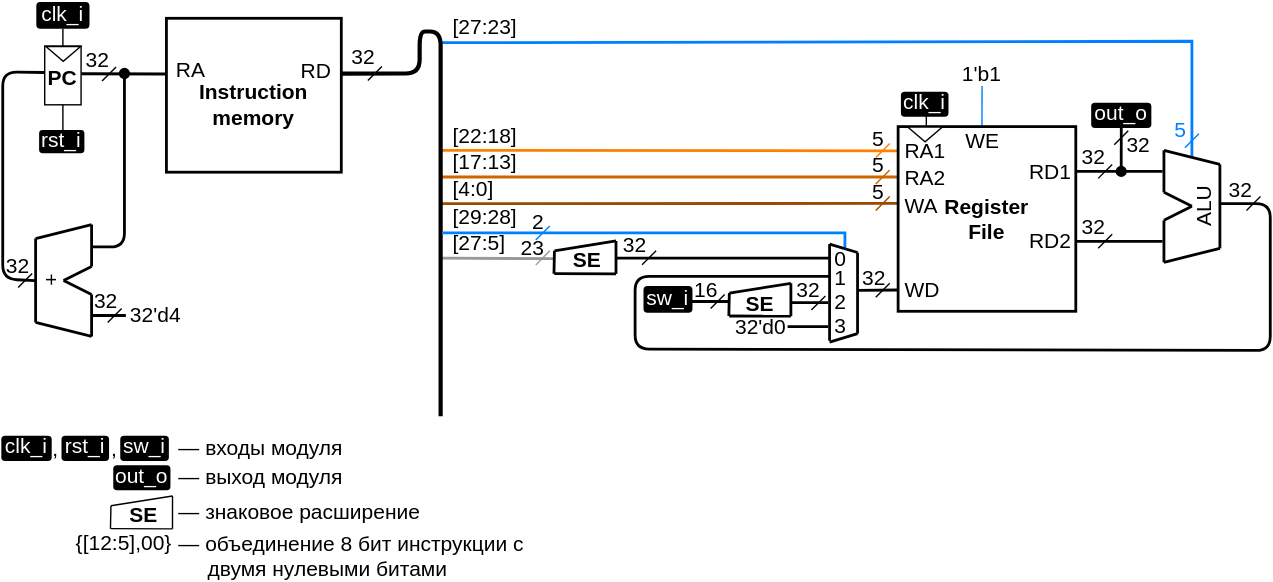
The draw.io diagram .pic/Labs/lab_04_cybercobra/ppd_3.drawio.svg in MPSU/APS, before a commit. Source tidied: cells renumbered, new cells last; positions are measured from the earlier drawing's top-left corner, leaving out a move shared by most shapes.
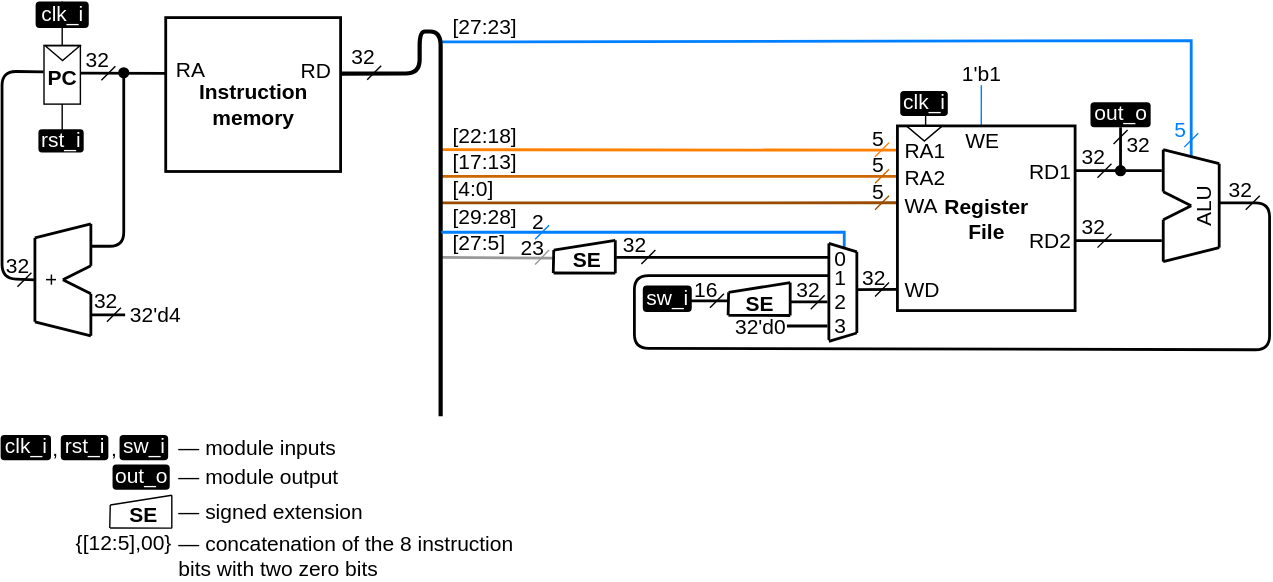
Later version of the same file.

What changed in the source:
```diff
@@ -309,13 +309,13 @@
     <mxCell id="66" value="&lt;font style=&quot;font-size: 15px;&quot;&gt;,&lt;/font&gt;" style="text;html=1;strokeColor=none;fillColor=none;align=center;verticalAlign=middle;whiteSpace=wrap;rounded=0;spacing=0;fontSize=15;spacingTop=0;spacingBottom=0;" parent="1" vertex="1">
       <mxGeometry x="75" y="310" width="12" height="18" as="geometry" />
     </mxCell>
-    <mxCell id="67" value="— входы модуля" style="text;html=1;strokeColor=none;fillColor=none;align=left;verticalAlign=middle;whiteSpace=wrap;rounded=0;spacing=0;fontSize=15;" parent="1" vertex="1">
+    <mxCell id="67" value="— module inputs" style="text;html=1;strokeColor=none;fillColor=none;align=left;verticalAlign=middle;whiteSpace=wrap;rounded=0;spacing=0;fontSize=15;" parent="1" vertex="1">
       <mxGeometry x="126.5" y="309" width="126.5" height="18" as="geometry" />
     </mxCell>
     <mxCell id="68" value="&lt;font color=&quot;#ffffff&quot; style=&quot;font-size: 15px;&quot;&gt;out_o&lt;/font&gt;" style="text;html=1;strokeColor=none;fillColor=#000000;align=center;verticalAlign=middle;whiteSpace=wrap;rounded=1;fontSize=15;fontColor=#000000;comic=0;jiggle=0.5;spacingTop=0;spacingBottom=4;" parent="1" vertex="1">
       <mxGeometry x="80" y="331" width="40.9" height="18" as="geometry" />
     </mxCell>
-    <mxCell id="69" value="— выход модуля" style="text;html=1;strokeColor=none;fillColor=none;align=left;verticalAlign=middle;whiteSpace=wrap;rounded=0;spacing=0;fontSize=15;" parent="1" vertex="1">
+    <mxCell id="69" value="— module output" style="text;html=1;strokeColor=none;fillColor=none;align=left;verticalAlign=middle;whiteSpace=wrap;rounded=0;spacing=0;fontSize=15;" parent="1" vertex="1">
       <mxGeometry x="126.5" y="330" width="156.5" height="18" as="geometry" />
     </mxCell>
     <mxCell id="70" style="group;fontSize=15;" parent="1" vertex="1">
@@ -348,13 +348,13 @@
     <mxCell id="75" value="&lt;font style=&quot;font-size: 15px;&quot;&gt;&lt;b style=&quot;font-size: 15px;&quot;&gt;SE&lt;/b&gt;&lt;/font&gt;" style="text;html=1;strokeColor=none;fillColor=none;align=center;verticalAlign=bottom;whiteSpace=wrap;rounded=0;fontSize=15;fontColor=#000000;comic=0;jiggle=0.5;" parent="70" vertex="1">
       <mxGeometry y="1.8" width="48" height="23.5" as="geometry" />
     </mxCell>
-    <mxCell id="76" value="— знаковое расширение" style="text;html=1;strokeColor=none;fillColor=none;align=left;verticalAlign=middle;whiteSpace=wrap;rounded=0;spacing=0;fontSize=15;" parent="1" vertex="1">
+    <mxCell id="76" value="— signed extension" style="text;html=1;strokeColor=none;fillColor=none;align=left;verticalAlign=middle;whiteSpace=wrap;rounded=0;spacing=0;fontSize=15;" parent="1" vertex="1">
       <mxGeometry x="126.5" y="355" width="226.5" height="18" as="geometry" />
     </mxCell>
     <mxCell id="77" value="&lt;font style=&quot;font-size: 15px;&quot;&gt;{[12:5],00}&lt;/font&gt;" style="text;html=1;strokeColor=none;fillColor=none;align=right;verticalAlign=bottom;whiteSpace=wrap;rounded=0;spacing=0;fontSize=15;" parent="1" vertex="1">
       <mxGeometry x="78" y="384" width="44" height="12" as="geometry" />
     </mxCell>
-    <mxCell id="78" value="&lt;div style=&quot;font-size: 15px;&quot;&gt;— объединение 8 бит инструкции с&lt;/div&gt;&lt;div style=&quot;font-size: 15px;&quot;&gt;&amp;nbsp;&amp;nbsp;&amp;nbsp;&amp;nbsp; двумя нулевыми битами&lt;/div&gt;" style="text;html=1;strokeColor=none;fillColor=none;align=left;verticalAlign=middle;whiteSpace=wrap;rounded=0;spacing=0;fontSize=15;" parent="1" vertex="1">
+    <mxCell id="78" value="&lt;div style=&quot;&quot;&gt;—&amp;nbsp;&lt;span style=&quot;background-color: transparent;&quot;&gt;concatenation of the 8 instruction bits with two zero bits&lt;/span&gt;&lt;/div&gt;" style="text;html=1;strokeColor=none;fillColor=none;align=left;verticalAlign=middle;whiteSpace=wrap;rounded=0;spacing=0;fontSize=15;" parent="1" vertex="1">
       <mxGeometry x="126.5" y="387" width="256.5" height="18" as="geometry" />
     </mxCell>
     <mxCell id="79" value="2" style="text;html=1;strokeColor=none;fillColor=none;align=center;verticalAlign=middle;whiteSpace=wrap;rounded=0;fontSize=15;fontColor=#000000;comic=0;jiggle=0.5;" parent="1" vertex="1">
```
